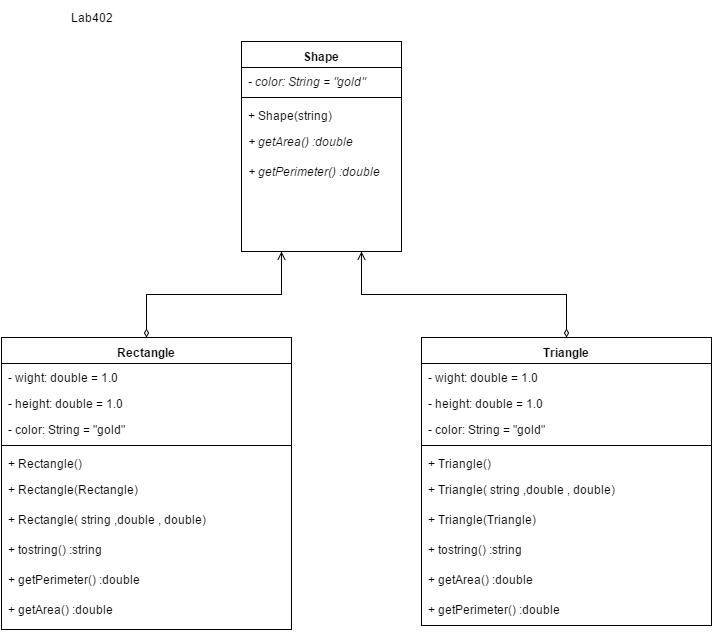
The draw.io diagram week5/Lab501/Lab501_402.png in cpe200-158-sec1/week-5, before a commit. Source tidied: cells renumbered, new cells last; positions are measured from the earlier drawing's top-left corner, leaving out a move shared by most shapes.
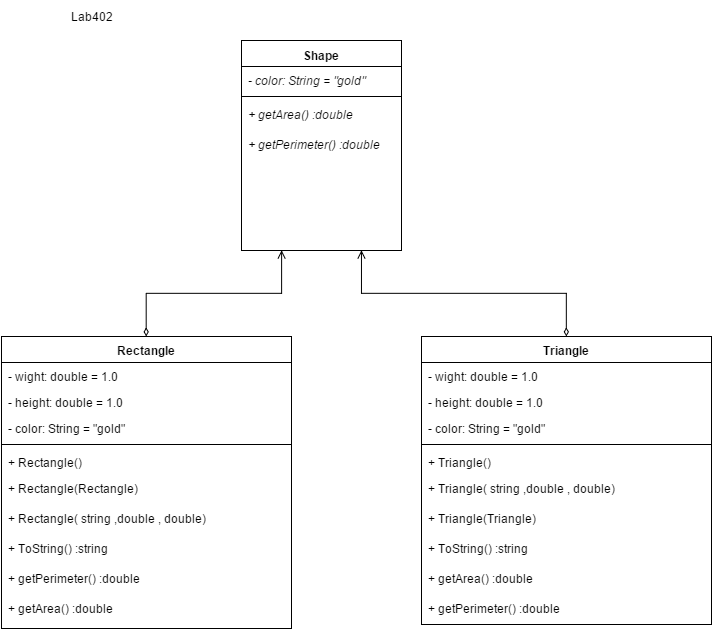
After the change.

Diff of the diagram source:
```diff
@@ -11,14 +11,11 @@
     <mxCell id="4" style="line;html=1;strokeWidth=1;fillColor=none;align=left;verticalAlign=middle;spacingTop=-1;spacingLeft=3;spacingRight=3;labelPosition=right;" parent="2" vertex="1">
       <mxGeometry y="52" width="160" height="8" as="geometry" />
     </mxCell>
-    <mxCell id="5" value="+ Shape(string)" style="text;html=1;strokeColor=none;fillColor=none;align=left;verticalAlign=top;spacingLeft=4;spacingRight=4;whiteSpace=wrap;overflow=hidden;" parent="2" vertex="1">
-      <mxGeometry y="60" width="160" height="26" as="geometry" />
-    </mxCell>
     <mxCell id="6" value="&lt;i&gt;&lt;span style=&quot;line-height: 14.4px&quot;&gt;+ getArea()&amp;nbsp;&lt;/span&gt;&lt;span style=&quot;line-height: 14.4px&quot;&gt;:double&lt;/span&gt;&lt;/i&gt;" style="text;html=1;strokeColor=none;fillColor=none;align=left;verticalAlign=top;spacingLeft=4;spacingRight=4;whiteSpace=wrap;overflow=hidden;" parent="2" vertex="1">
-      <mxGeometry y="86" width="160" height="30" as="geometry" />
+      <mxGeometry y="60" width="160" height="30" as="geometry" />
     </mxCell>
     <mxCell id="7" value="&lt;i&gt;&lt;span style=&quot;line-height: 14.4px&quot;&gt;+ getPerimeter()&amp;nbsp;&lt;/span&gt;&lt;span style=&quot;line-height: 14.4px&quot;&gt;:double&lt;/span&gt;&lt;/i&gt;" style="text;html=1;strokeColor=none;fillColor=none;align=left;verticalAlign=top;spacingLeft=4;spacingRight=4;whiteSpace=wrap;overflow=hidden;dashed=1;" parent="2" vertex="1">
-      <mxGeometry y="116" width="160" height="30" as="geometry" />
+      <mxGeometry y="90" width="160" height="30" as="geometry" />
     </mxCell>
     <mxCell id="8" style="edgeStyle=orthogonalEdgeStyle;rounded=0;html=1;exitX=0.5;exitY=1;entryX=0.5;entryY=1;" parent="1" edge="1" source="2" target="2">
       <mxGeometry relative="1" as="geometry" />
@@ -47,7 +44,7 @@
     <mxCell id="16" value="&lt;span style=&quot;line-height: 14.4px&quot;&gt;+&amp;nbsp;&lt;/span&gt;&lt;span style=&quot;line-height: 14.4px&quot;&gt;Rectangle&lt;/span&gt;&lt;span style=&quot;line-height: 14.4px&quot;&gt;( string ,double , double)&lt;/span&gt;" style="text;html=1;strokeColor=none;fillColor=none;align=left;verticalAlign=top;spacingLeft=4;spacingRight=4;whiteSpace=wrap;overflow=hidden;" parent="9" vertex="1">
       <mxGeometry y="168" width="290" height="30" as="geometry" />
     </mxCell>
-    <mxCell id="17" value="&lt;span style=&quot;line-height: 14.4px&quot;&gt;+ tostring()&amp;nbsp;&lt;/span&gt;&lt;span style=&quot;line-height: 14.4px&quot;&gt;:string&lt;/span&gt;" style="text;html=1;strokeColor=none;fillColor=none;align=left;verticalAlign=top;spacingLeft=4;spacingRight=4;whiteSpace=wrap;overflow=hidden;" parent="9" vertex="1">
+    <mxCell id="17" value="&lt;span style=&quot;line-height: 14.4px&quot;&gt;+ ToString()&amp;nbsp;&lt;/span&gt;&lt;span style=&quot;line-height: 14.4px&quot;&gt;:string&lt;/span&gt;" style="text;html=1;strokeColor=none;fillColor=none;align=left;verticalAlign=top;spacingLeft=4;spacingRight=4;whiteSpace=wrap;overflow=hidden;" parent="9" vertex="1">
       <mxGeometry y="198" width="290" height="30" as="geometry" />
     </mxCell>
     <mxCell id="18" value="&lt;span style=&quot;line-height: 14.4px&quot;&gt;+ getPerimeter()&amp;nbsp;&lt;/span&gt;&lt;span style=&quot;line-height: 14.4px&quot;&gt;:double&lt;/span&gt;" style="text;html=1;strokeColor=none;fillColor=none;align=left;verticalAlign=top;spacingLeft=4;spacingRight=4;whiteSpace=wrap;overflow=hidden;" parent="9" vertex="1">
@@ -83,7 +80,7 @@
     <mxCell id="28" value="&lt;span style=&quot;line-height: 14.4px&quot;&gt;+&amp;nbsp;&lt;/span&gt;&lt;span style=&quot;line-height: 14.4px&quot;&gt;Triangle&lt;/span&gt;&lt;span style=&quot;line-height: 14.4px&quot;&gt;(&lt;/span&gt;&lt;span style=&quot;line-height: 14.4px&quot;&gt;Triangle&lt;/span&gt;&lt;span style=&quot;line-height: 14.4px&quot;&gt;)&lt;/span&gt;" style="text;html=1;strokeColor=none;fillColor=none;align=left;verticalAlign=top;spacingLeft=4;spacingRight=4;whiteSpace=wrap;overflow=hidden;" parent="21" vertex="1">
       <mxGeometry y="168" width="290" height="30" as="geometry" />
     </mxCell>
-    <mxCell id="29" value="&lt;span style=&quot;line-height: 14.4px&quot;&gt;+ tostring()&amp;nbsp;&lt;/span&gt;&lt;span style=&quot;line-height: 14.4px&quot;&gt;:string&lt;/span&gt;" style="text;html=1;strokeColor=none;fillColor=none;align=left;verticalAlign=top;spacingLeft=4;spacingRight=4;whiteSpace=wrap;overflow=hidden;" parent="21" vertex="1">
+    <mxCell id="29" value="&lt;span style=&quot;line-height: 14.4px&quot;&gt;+ ToString()&amp;nbsp;&lt;/span&gt;&lt;span style=&quot;line-height: 14.4px&quot;&gt;:string&lt;/span&gt;&lt;br&gt;" style="text;html=1;strokeColor=none;fillColor=none;align=left;verticalAlign=top;spacingLeft=4;spacingRight=4;whiteSpace=wrap;overflow=hidden;" parent="21" vertex="1">
       <mxGeometry y="198" width="290" height="30" as="geometry" />
     </mxCell>
     <mxCell id="30" value="&lt;span style=&quot;line-height: 14.4px&quot;&gt;+ getArea()&amp;nbsp;&lt;/span&gt;&lt;span style=&quot;line-height: 14.4px&quot;&gt;:double&lt;/span&gt;" style="text;html=1;strokeColor=none;fillColor=none;align=left;verticalAlign=top;spacingLeft=4;spacingRight=4;whiteSpace=wrap;overflow=hidden;" parent="21" vertex="1">
```
